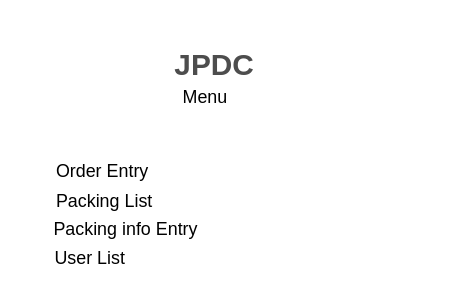
This is page "Page-1" (1 of 6) of Untitled Diagram.drawio from sdevipriya/VirtualTrainingOct12-Config, a draw.io file, before an edit. Source tidied: cells renumbered, new cells numbered last; positions are measured from the earlier drawing's top-left corner, leaving out a move shared by most shapes. Both pictures are drawn from the tidied source at 149%, with x=0, y=0 at pixel (25, 40).
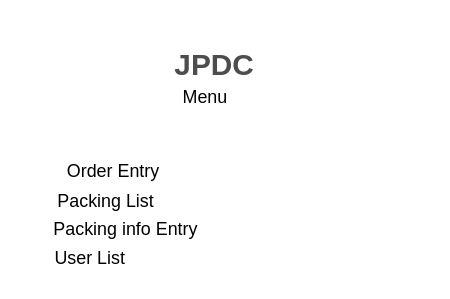
After the change.

Diff of the diagram source:
```diff
@@
 <mxGraphModel>
   <root>
     <mxCell id="0" />
     <mxCell id="1" parent="0" />
     <mxCell id="2" value="&lt;h1&gt;JPDC&lt;br&gt;&lt;/h1&gt;" style="whiteSpace=wrap;html=1;shadow=0;dashed=0;fontSize=10;align=left;fillColor=#FFFFFF;strokeColor=#FFFFFF;fontColor=#4D4D4D;" parent="1" vertex="1">
       <mxGeometry x="98" width="168.8" height="30" as="geometry" />
     </mxCell>
     <mxCell id="3" value="Menu" style="text;html=1;align=center;verticalAlign=middle;strokeColor=none;" parent="1" vertex="1">
       <mxGeometry x="95" y="28" width="50" height="20" as="geometry" />
     </mxCell>
-    <mxCell id="4" value="Order Entry&lt;span style=&quot;white-space: pre&quot;&gt;&#9;&lt;/span&gt;" style="text;html=1;align=center;verticalAlign=middle;strokeColor=none;fontStyle=0;" parent="1" vertex="1">
+    <mxCell id="4" value="Order Entry&lt;span style=&quot;white-space: pre&quot;&gt; &lt;/span&gt;" style="text;html=1;align=center;verticalAlign=middle;strokeColor=none;fontStyle=0;" parent="1" vertex="1">
       <mxGeometry x="10" y="78" width="100" height="20" as="geometry" />
     </mxCell>
-    <mxCell id="5" value="&lt;span style=&quot;white-space: pre&quot;&gt;   &lt;/span&gt;Packing List&lt;span style=&quot;white-space: pre&quot;&gt;&#9;&lt;/span&gt;" style="text;html=1;align=center;verticalAlign=middle;strokeColor=none;" parent="1" vertex="1">
+    <mxCell id="5" value="&lt;span style=&quot;white-space: pre&quot;&gt;   &lt;/span&gt;Packing List&lt;span style=&quot;white-space: pre&quot;&gt; &lt;/span&gt;" style="text;html=1;align=center;verticalAlign=middle;strokeColor=none;" parent="1" vertex="1">
       <mxGeometry y="98" width="100" height="20" as="geometry" />
     </mxCell>
-    <mxCell id="6" value="&lt;span style=&quot;white-space: pre&quot;&gt;  &lt;/span&gt;Packing info Entry&lt;span style=&quot;white-space: pre&quot;&gt;&#9;&lt;/span&gt;" style="text;html=1;align=center;verticalAlign=middle;strokeColor=none;" parent="1" vertex="1">
+    <mxCell id="6" value="&lt;span style=&quot;white-space: pre&quot;&gt;  &lt;/span&gt;Packing info Entry&lt;span style=&quot;white-space: pre&quot;&gt; &lt;/span&gt;" style="text;html=1;align=center;verticalAlign=middle;strokeColor=none;" parent="1" vertex="1">
       <mxGeometry x="5" y="117" width="120" height="20" as="geometry" />
     </mxCell>
     <mxCell id="7" value="&lt;span style=&quot;white-space: pre&quot;&gt; &lt;/span&gt;User List" style="text;html=1;align=center;verticalAlign=middle;strokeColor=none;" parent="1" vertex="1">
       <mxGeometry x="6" y="136" width="70" height="20" as="geometry" />
     </mxCell>
   </root>
 </mxGraphModel>
```
